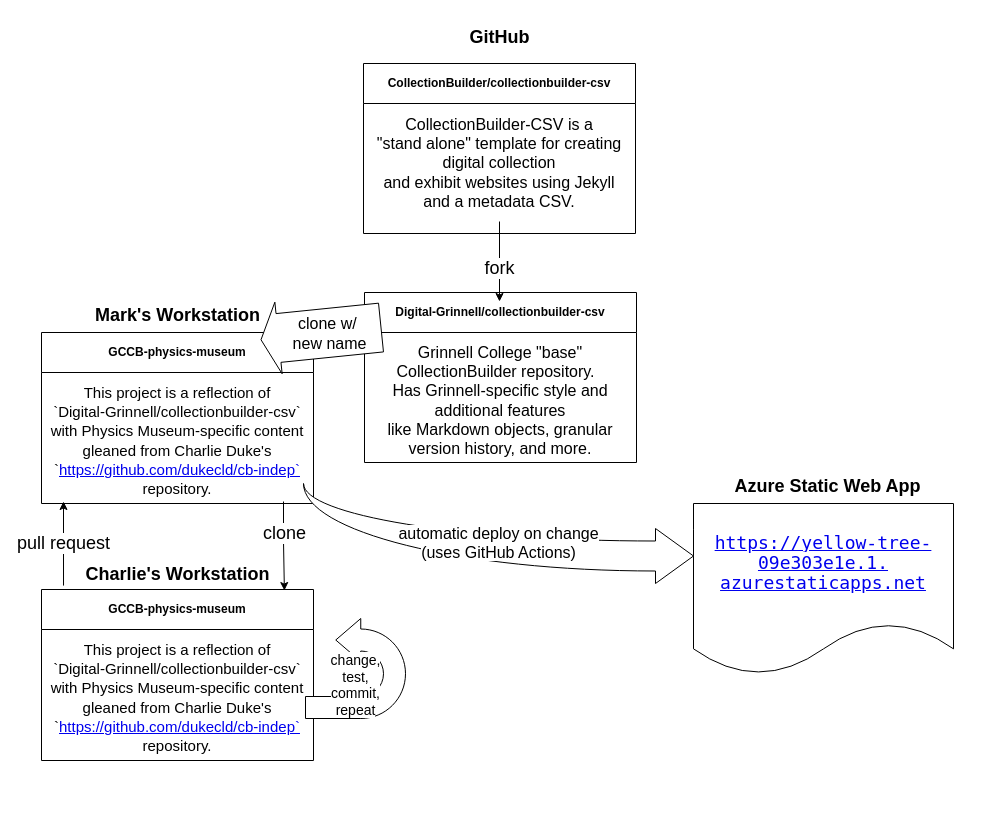
Digital-Grinnell/collectionbuilder-csv keeps this draw.io diagram as Grinnell-College-CollectionBuilder-Family-Tree.drawio. Above is the earlier version. Source tidied: cells renumbered, new cells numbered last; positions are measured from the earlier drawing's top-left corner, leaving out a move shared by most shapes. Both pictures are drawn from the tidied source at 100%, with x=0, y=0 at pixel (41, 17).
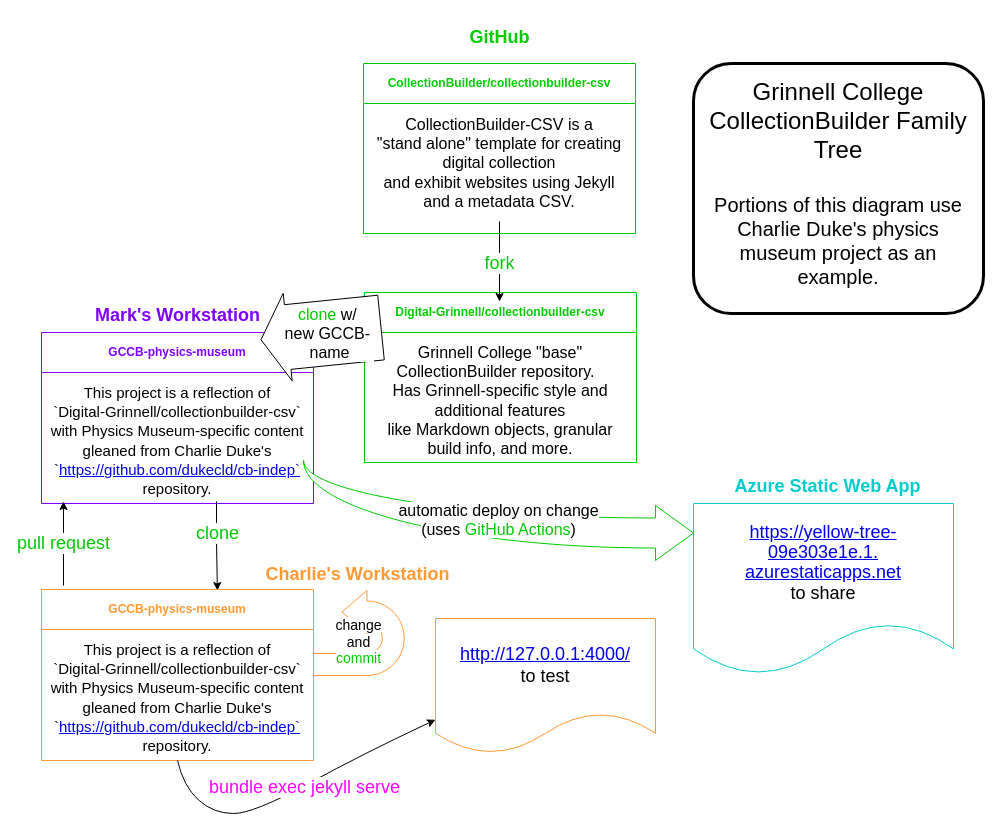
The same diagram, later.

What changed in the source:
```diff
@@
-<mxGraphModel>
+<mxGraphModel background="#ffffff">
@@
+    <mxCell id="14" value="&lt;font style=&quot;font-size: 14px;&quot;&gt;&lt;span style=&quot;background-color: light-dark(#ffffff, var(--ge-dark-color, #121212));&quot;&gt;&lt;br&gt;&lt;/span&gt;&lt;/font&gt;&lt;div&gt;&lt;font style=&quot;font-size: 14px;&quot;&gt;&lt;span style=&quot;background-color: light-dark(#ffffff, var(--ge-dark-color, #121212));&quot;&gt;&lt;br&gt;&lt;/span&gt;&lt;/font&gt;&lt;/div&gt;&lt;div&gt;&lt;font style=&quot;font-size: 14px;&quot;&gt;&lt;span style=&quot;background-color: light-dark(#ffffff, var(--ge-dark-color, #121212));&quot;&gt;change&lt;/span&gt;&lt;/font&gt;&lt;/div&gt;&lt;div&gt;&lt;font style=&quot;font-size: 14px;&quot;&gt;&lt;span style=&quot;background-color: light-dark(#ffffff, var(--ge-dark-color, #121212));&quot;&gt;and&lt;/span&gt;&lt;/font&gt;&lt;/div&gt;&lt;font style=&quot;font-size: 14px;&quot;&gt;&lt;span style=&quot;background-color: light-dark(#ffffff, var(--ge-dark-color, #121212));&quot;&gt;&lt;span style=&quot;color: rgb(0, 204, 0);&quot;&gt;commit&lt;/span&gt;&lt;br&gt;&lt;br&gt;&lt;/span&gt;&lt;/font&gt;" style="html=1;shadow=0;dashed=0;align=center;verticalAlign=middle;shape=mxgraph.arrows2.uTurnArrow;dy=11;arrowHead=43;dx2=25;flipH=1;strokeColor=#FF9933;" parent="1" vertex="1">
+      <mxGeometry x="272" y="573" width="90.7" height="85" as="geometry" />
+    </mxCell>
-    <mxCell id="2" value="Digital-Grinnell/collectionbuilder-csv" style="swimlane;whiteSpace=wrap;html=1;startSize=40;" parent="1" vertex="1">
+    <mxCell id="2" value="&lt;span style=&quot;color: rgb(0, 204, 0);&quot;&gt;Digital-Grinnell/collectionbuilder-csv&lt;/span&gt;" style="swimlane;whiteSpace=wrap;html=1;startSize=40;strokeColor=#00CC00;" parent="1" vertex="1">
       <mxGeometry x="323" y="275" width="272" height="170" as="geometry" />
     </mxCell>
-    <mxCell id="3" value="Grinnell College &quot;base&quot; CollectionBuilder repository.&amp;nbsp;&amp;nbsp;&lt;br&gt;Has Grinnell-specific style and additional features&lt;br&gt;like Markdown objects, granular version history, and more." style="text;whiteSpace=wrap;html=1;align=center;fontSize=16;" parent="2" vertex="1">
+    <mxCell id="3" value="Grinnell College &quot;base&quot; CollectionBuilder repository.&amp;nbsp;&amp;nbsp;&lt;br&gt;Has Grinnell-specific style and additional features&lt;br&gt;like Markdown objects, granular build info, and more." style="text;whiteSpace=wrap;html=1;align=center;fontSize=16;" parent="2" vertex="1">
       <mxGeometry x="6" y="44" width="260" height="105" as="geometry" />
     </mxCell>
-    <mxCell id="4" value="&lt;font style=&quot;font-size: 18px;&quot;&gt;&lt;b&gt;Mark's Workstation&lt;/b&gt;&lt;/font&gt;" style="text;html=1;align=center;verticalAlign=middle;strokeColor=none;fillColor=none;" parent="1" vertex="1">
+    <mxCell id="4" value="&lt;font style=&quot;font-size: 18px; color: rgb(127, 0, 255);&quot;&gt;&lt;b&gt;Mark's Workstation&lt;/b&gt;&lt;/font&gt;" style="text;html=1;align=center;verticalAlign=middle;strokeColor=none;fillColor=none;" parent="1" vertex="1">
       <mxGeometry x="41" y="278" width="190" height="40" as="geometry" />
     </mxCell>
-    <mxCell id="5" value="GCCB-physics-museum" style="swimlane;whiteSpace=wrap;html=1;startSize=40;" parent="1" vertex="1">
+    <mxCell id="5" value="&lt;span style=&quot;color: rgb(127, 0, 255);&quot;&gt;GCCB-physics-museum&lt;/span&gt;" style="swimlane;whiteSpace=wrap;html=1;startSize=40;strokeColor=#7F00FF;" parent="1" vertex="1">
       <mxGeometry y="315" width="272" height="171" as="geometry" />
     </mxCell>
@@
-    <mxCell id="7" style="shape=flexArrow;endArrow=classic;html=1;rounded=0;width=49;endSize=5.53;endWidth=22;fillColor=default;" parent="1" edge="1">
+    <mxCell id="7" style="shape=flexArrow;endArrow=classic;html=1;rounded=0;width=65;endSize=8.61;endWidth=22;fillColor=default;" parent="1" edge="1">
       <mxGeometry relative="1" as="geometry">
         <mxPoint x="340" y="310" as="sourcePoint" />
         <mxPoint x="219" y="322.3" as="targetPoint" />
       </mxGeometry>
     </mxCell>
-    <mxCell id="8" value="&lt;font style=&quot;font-size: 16px;&quot;&gt;clone w/&amp;nbsp;&lt;br&gt;new name&lt;/font&gt;" style="edgeLabel;html=1;align=center;verticalAlign=middle;" parent="7" vertex="1">
+    <mxCell id="8" value="&lt;font style=&quot;font-size: 16px;&quot;&gt;&lt;span style=&quot;color: rgb(0, 204, 0);&quot;&gt;clone&lt;/span&gt; w/&amp;nbsp;&lt;br&gt;new GCCB-&amp;nbsp;&lt;br&gt;name&lt;/font&gt;" style="edgeLabel;html=1;align=center;verticalAlign=middle;" parent="7" vertex="1">
       <mxGeometry x="-0.08" y="2" relative="1" as="geometry">
         <mxPoint x="3" y="-2" as="offset" />
       </mxGeometry>
     </mxCell>
-    <mxCell id="9" value="&lt;font style=&quot;font-size: 18px;&quot;&gt;&lt;b&gt;Charlie's Workstation&lt;/b&gt;&lt;/font&gt;" style="text;html=1;align=center;verticalAlign=middle;strokeColor=none;fillColor=none;" parent="1" vertex="1">
-      <mxGeometry x="31" y="537" width="210" height="40" as="geometry" />
+    <mxCell id="9" value="&lt;font style=&quot;font-size: 18px; color: rgb(255, 153, 51);&quot;&gt;&lt;b&gt;Charlie's Workstation&lt;/b&gt;&lt;/font&gt;" style="text;html=1;align=center;verticalAlign=middle;strokeColor=none;fillColor=none;" parent="1" vertex="1">
+      <mxGeometry x="211" y="537" width="210" height="40" as="geometry" />
     </mxCell>
-    <mxCell id="10" value="GCCB-physics-museum" style="swimlane;whiteSpace=wrap;html=1;startSize=40;" parent="1" vertex="1">
-      <mxGeometry y="572" width="272" height="171" as="geometry" />
-    </mxCell>
-    <mxCell id="11" value="&lt;font style=&quot;font-size: 15px;&quot;&gt;This project is a reflection of&lt;br&gt;`Digital-Grinnell/collectionbuilder-csv`&lt;br&gt; with Physics Museum-specific content gleaned from Charlie Duke's&lt;br&gt;`&lt;a class=&quot;Link--inTextBlock&quot; href=&quot;https://github.com/dukecld/cb-indep`&quot;&gt;https://github.com/dukecld/cb-indep`&lt;/a&gt; repository. &lt;br&gt;&lt;/font&gt;      " style="text;whiteSpace=wrap;html=1;align=center;fontSize=16;" parent="10" vertex="1">
-      <mxGeometry x="6" y="44" width="260" height="105" as="geometry" />
-    </mxCell>
-    <mxCell id="12" value="&lt;font style=&quot;font-size: 18px;&quot;&gt;fork&lt;/font&gt;" style="edgeStyle=orthogonalEdgeStyle;rounded=0;orthogonalLoop=1;jettySize=auto;html=1;" parent="1" edge="1">
-      <mxGeometry x="0.25" relative="1" as="geometry">
+    <mxCell id="12" value="&lt;font style=&quot;font-size: 18px; color: rgb(0, 204, 0);&quot;&gt;fork&lt;/font&gt;" style="edgeStyle=orthogonalEdgeStyle;rounded=0;orthogonalLoop=1;jettySize=auto;html=1;" parent="1" edge="1">
+      <mxGeometry x="0.15" relative="1" as="geometry">
         <mxPoint x="458" y="204" as="sourcePoint" />
         <mxPoint x="458" y="284" as="targetPoint" />
         <Array as="points">
           <mxPoint x="462.5" y="244" />
           <mxPoint x="462.5" y="244" />
         </Array>
       </mxGeometry>
     </mxCell>
-    <mxCell id="13" value="&lt;font style=&quot;font-size: 18px;&quot;&gt;clone&lt;/font&gt;" style="edgeStyle=orthogonalEdgeStyle;rounded=0;jettySize=auto;html=1;entryX=0.893;entryY=0.006;entryDx=0;entryDy=0;entryPerimeter=0;" parent="1" edge="1" target="10">
+    <mxCell id="13" value="&lt;font style=&quot;font-size: 18px; color: rgb(0, 204, 0);&quot;&gt;clone&lt;/font&gt;" style="edgeStyle=orthogonalEdgeStyle;rounded=0;orthogonalLoop=1;jettySize=auto;html=1;entryX=0.893;entryY=0.006;entryDx=0;entryDy=0;entryPerimeter=0;" parent="1" edge="1">
       <mxGeometry x="-0.28" y="1" relative="1" as="geometry">
-        <mxPoint x="242" y="484" as="sourcePoint" />
+        <mxPoint x="175" y="484" as="sourcePoint" />
+        <mxPoint x="175.9" y="573" as="targetPoint" />
         <Array as="points">
-          <mxPoint x="242" y="524" />
-          <mxPoint x="243" y="524" />
+          <mxPoint x="175" y="524" />
+          <mxPoint x="176" y="524" />
         </Array>
       </mxGeometry>
     </mxCell>
-    <mxCell id="14" value="&lt;font style=&quot;font-size: 14px;&quot;&gt;&lt;span style=&quot;background-color: light-dark(#ffffff, var(--ge-dark-color, #121212));&quot;&gt;&lt;br&gt;&lt;/span&gt;&lt;/font&gt;&lt;div&gt;&lt;font style=&quot;font-size: 14px;&quot;&gt;&lt;span style=&quot;background-color: light-dark(#ffffff, var(--ge-dark-color, #121212));&quot;&gt;&lt;br&gt;&lt;/span&gt;&lt;/font&gt;&lt;/div&gt;&lt;div&gt;&lt;font style=&quot;font-size: 14px;&quot;&gt;&lt;span style=&quot;background-color: light-dark(#ffffff, var(--ge-dark-color, #121212));&quot;&gt;change,&lt;/span&gt;&lt;/font&gt;&lt;/div&gt;&lt;div&gt;&lt;font style=&quot;font-size: 14px;&quot;&gt;&lt;span style=&quot;background-color: light-dark(#ffffff, var(--ge-dark-color, #121212));&quot;&gt;&lt;/span&gt;&lt;/font&gt;&lt;/div&gt;&lt;font style=&quot;font-size: 14px;&quot;&gt;&lt;span style=&quot;background-color: light-dark(#ffffff, var(--ge-dark-color, #121212));&quot;&gt;test,&lt;br&gt;commit,&lt;br&gt;repeat&lt;/span&gt;&lt;/font&gt;" style="html=1;shadow=0;dashed=0;align=center;verticalAlign=middle;shape=mxgraph.arrows2.uTurnArrow;dy=11;arrowHead=43;dx2=25;flipH=1;" parent="1" vertex="1">
-      <mxGeometry x="264" y="601" width="100" height="100" as="geometry" />
-    </mxCell>
-    <mxCell id="15" value="&lt;font style=&quot;font-size: 18px;&quot;&gt;pull request&lt;/font&gt;" style="edgeStyle=orthogonalEdgeStyle;rounded=0;jettySize=auto;html=1;exitX=0.081;exitY=-0.023;exitDx=0;exitDy=0;exitPerimeter=0;" parent="1" edge="1" source="10">
+    <mxCell id="15" value="&lt;font style=&quot;font-size: 18px; color: rgb(0, 204, 0);&quot;&gt;pull request&lt;/font&gt;" style="edgeStyle=orthogonalEdgeStyle;rounded=0;jettySize=auto;html=1;exitX=0.081;exitY=-0.023;exitDx=0;exitDy=0;exitPerimeter=0;" parent="1" edge="1" source="10">
       <mxGeometry relative="1" as="geometry">
         <mxPoint x="22" y="484" as="targetPoint" />
         <Array as="points">
           <mxPoint x="22" y="524" />
           <mxPoint x="22" y="524" />
         </Array>
       </mxGeometry>
     </mxCell>
-    <mxCell id="16" value="&lt;div align=&quot;center&quot; style=&quot;font-family: Menlo, Monaco, &amp;quot;Courier New&amp;quot;, monospace; font-weight: normal; font-size: 12px; line-height: 18px; white-space: pre;&quot;&gt;&lt;div&gt;&lt;font style=&quot;font-size: 18px; background-color: light-dark(#ffffff, var(--ge-dark-color, #121212));&quot;&gt;&lt;span style=&quot;color: rgb(212, 212, 212);&quot;&gt;&lt;a href=&quot;https://yellow-tree- 09e303e1e.1. azurestaticapps.net&quot;&gt;https://yellow-tree-&lt;br&gt;09e303e1e.1.&lt;br&gt;azurestaticapps.net&lt;/a&gt;&lt;/span&gt;&lt;/font&gt;&lt;/div&gt;&lt;/div&gt;" style="shape=document;whiteSpace=wrap;html=1;boundedLbl=1;align=center;" parent="1" vertex="1">
+    <mxCell id="16" value="&lt;div align=&quot;center&quot; style=&quot;font-weight: normal; line-height: 18px; white-space: pre;&quot;&gt;&lt;div&gt;&lt;font face=&quot;Helvetica&quot; style=&quot;background-color: light-dark(#ffffff, var(--ge-dark-color, #121212)); font-size: 18px;&quot;&gt;&lt;span style=&quot;color: rgb(212, 212, 212);&quot;&gt;&lt;a href=&quot;https://yellow-tree- 09e303e1e.1. azurestaticapps.net&quot;&gt;https://yellow-tree-&lt;br&gt;09e303e1e.1.&lt;br&gt;azurestaticapps.net&lt;/a&gt;&lt;/span&gt;&lt;/font&gt;&lt;/div&gt;&lt;/div&gt;&lt;font style=&quot;font-size: 18px;&quot; face=&quot;Helvetica&quot;&gt;to share&lt;/font&gt;" style="shape=document;whiteSpace=wrap;html=1;boundedLbl=1;align=center;strokeColor=#00CCCC;" parent="1" vertex="1">
       <mxGeometry x="652" y="486" width="260" height="171" as="geometry" />
     </mxCell>
-    <mxCell id="17" value="&lt;font style=&quot;font-size: 18px;&quot;&gt;&lt;b&gt;Azure Static Web App&lt;/b&gt;&lt;/font&gt;" style="text;html=1;align=center;verticalAlign=middle;strokeColor=none;fillColor=none;" parent="1" vertex="1">
+    <mxCell id="17" value="&lt;font style=&quot;font-size: 18px; color: rgb(0, 204, 204);&quot;&gt;&lt;b&gt;Azure Static Web App&lt;/b&gt;&lt;/font&gt;" style="text;html=1;align=center;verticalAlign=middle;strokeColor=none;fillColor=none;" parent="1" vertex="1">
       <mxGeometry x="681" y="449" width="210" height="40" as="geometry" />
     </mxCell>
-    <mxCell id="18" value="&lt;font style=&quot;font-size: 16px; background-color: light-dark(#ffffff, var(--ge-dark-color, #121212));&quot;&gt;&lt;br&gt;automatic deploy on change&lt;br&gt;(uses GitHub Actions)&lt;/font&gt;" style="html=1;shadow=0;dashed=0;align=center;verticalAlign=middle;shape=mxgraph.arrows2.jumpInArrow;dy=15;dx=38;arrowHead=55;flipV=1;" parent="1" vertex="1">
-      <mxGeometry x="262" y="466" width="390" height="100" as="geometry" />
+    <mxCell id="18" value="&lt;font style=&quot;font-size: 16px; background-color: light-dark(#ffffff, var(--ge-dark-color, #121212));&quot;&gt;&lt;br&gt;automatic deploy on change&lt;br&gt;(uses &lt;span style=&quot;color: rgb(0, 204, 0);&quot;&gt;GitHub Actions&lt;/span&gt;)&lt;/font&gt;" style="html=1;shadow=0;dashed=0;align=center;verticalAlign=middle;shape=mxgraph.arrows2.jumpInArrow;dy=15;dx=38;arrowHead=55;flipV=1;strokeColor=#00CC00;" parent="1" vertex="1">
+      <mxGeometry x="262" y="443" width="390" height="100" as="geometry" />
     </mxCell>
-    <mxCell id="19" value="CollectionBuilder/collectionbuilder-csv" style="swimlane;whiteSpace=wrap;html=1;startSize=40;" parent="1" vertex="1">
+    <mxCell id="19" value="CollectionBuilder/collectionbuilder-csv" style="swimlane;whiteSpace=wrap;html=1;startSize=40;fontColor=#00CC00;strokeColor=#00CC00;" parent="1" vertex="1">
       <mxGeometry x="322" y="46" width="272" height="170" as="geometry" />
     </mxCell>
@@
-    <mxCell id="21" value="&lt;font style=&quot;font-size: 18px;&quot;&gt;&lt;b&gt;GitHub&lt;/b&gt;&lt;/font&gt;" style="text;html=1;align=center;verticalAlign=middle;strokeColor=none;fillColor=none;" parent="1" vertex="1">
+    <mxCell id="21" value="&lt;font style=&quot;font-size: 18px; color: rgb(0, 204, 0);&quot;&gt;&lt;b&gt;GitHub&lt;/b&gt;&lt;/font&gt;" style="text;html=1;align=center;verticalAlign=middle;strokeColor=none;fillColor=none;" parent="1" vertex="1">
       <mxGeometry x="418" width="80" height="40" as="geometry" />
     </mxCell>
+    <mxCell id="22" value="&lt;div&gt;&lt;font style=&quot;font-size: 18px;&quot;&gt;&lt;a href=&quot;http://127.0.0.1:4000/&quot;&gt;http://127.0.0.1:4000/&lt;br&gt;&lt;/a&gt;to test&lt;/font&gt;&lt;/div&gt;" style="shape=document;whiteSpace=wrap;html=1;boundedLbl=1;align=center;strokeColor=#FF9933;" parent="1" vertex="1">
+      <mxGeometry x="394" y="601" width="220" height="135" as="geometry" />
+    </mxCell>
+    <mxCell id="10" value="&lt;span style=&quot;color: rgb(255, 153, 51);&quot;&gt;GCCB-physics-museum&lt;/span&gt;" style="swimlane;whiteSpace=wrap;html=1;startSize=40;fillColor=default;strokeColor=#FF9933;" parent="1" vertex="1">
+      <mxGeometry y="572" width="272" height="171" as="geometry" />
+    </mxCell>
+    <mxCell id="11" value="&lt;font style=&quot;font-size: 15px;&quot;&gt;This project is a reflection of&lt;br&gt;`Digital-Grinnell/collectionbuilder-csv`&lt;br&gt; with Physics Museum-specific content gleaned from Charlie Duke's&lt;br&gt;`&lt;a class=&quot;Link--inTextBlock&quot; href=&quot;https://github.com/dukecld/cb-indep`&quot;&gt;https://github.com/dukecld/cb-indep`&lt;/a&gt; repository. &lt;br&gt;&lt;/font&gt;      " style="text;whiteSpace=wrap;html=1;align=center;fontSize=16;" parent="10" vertex="1">
+      <mxGeometry x="6" y="44" width="260" height="105" as="geometry" />
+    </mxCell>
+    <mxCell id="23" style="curved=1;endArrow=classic;html=1;rounded=0;exitX=0.5;exitY=1;exitDx=0;exitDy=0;entryX=0;entryY=0.75;entryDx=0;entryDy=0;" parent="1" edge="1" source="10" target="22">
+      <mxGeometry relative="1" as="geometry">
+        <Array as="points">
+          <mxPoint x="142" y="769" />
+          <mxPoint x="172" y="796" />
+          <mxPoint x="212" y="796" />
+          <mxPoint x="322" y="736" />
+        </Array>
+      </mxGeometry>
+    </mxCell>
+    <mxCell id="24" value="&lt;font style=&quot;font-size: 18px; color: rgb(255, 0, 255);&quot;&gt;bundle exec jekyll serve&lt;/font&gt;" style="edgeLabel;html=1;align=center;verticalAlign=middle;" parent="23" vertex="1">
+      <mxGeometry x="0.06" y="-1" relative="1" as="geometry">
+        <mxPoint x="-1" as="offset" />
+      </mxGeometry>
+    </mxCell>
+    <mxCell id="25" value="&lt;div align=&quot;center&quot;&gt;&lt;font style=&quot;font-size: 24px;&quot;&gt;Grinnell College CollectionBuilder Family Tree&lt;/font&gt;&lt;/div&gt;&lt;div align=&quot;center&quot;&gt;&lt;font style=&quot;font-size: 24px;&quot;&gt;&lt;br&gt;&lt;/font&gt;&lt;/div&gt;&lt;div align=&quot;center&quot;&gt;&lt;font style=&quot;font-size: 20px;&quot;&gt;Portions of this diagram use Charlie Duke's physics museum project as an example.&lt;/font&gt;&lt;/div&gt;" style="text;html=1;whiteSpace=wrap;overflow=hidden;rounded=1;strokeColor=default;strokeWidth=3;labelPadding=10;perimeterSpacing=3;fixDash=0;spacingLeft=5;spacingBottom=5;spacingRight=5;spacingTop=5;spacing=5;align=center;" parent="1" vertex="1">
+      <mxGeometry x="652" y="46" width="290" height="250" as="geometry" />
+    </mxCell>
```
